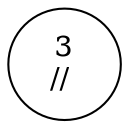
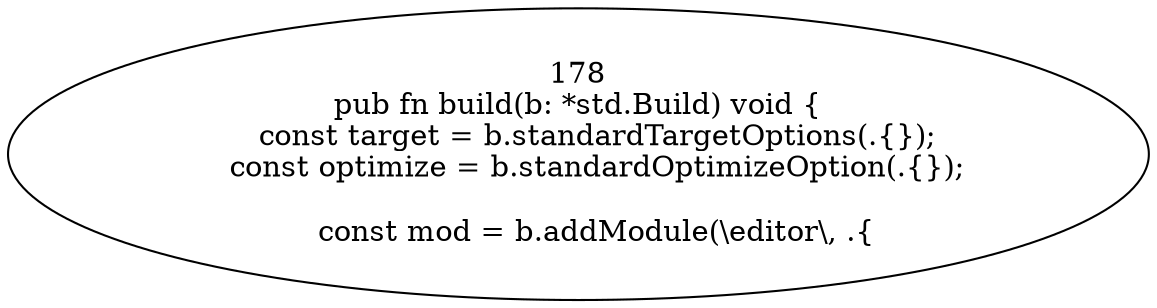
digraph {
- node0 [label="3\n// "];
+ node0 [label="178\npub fn build(b: *std.Build) void {\n    const target = b.standardTargetOptions(.{});\n    const optimize = b.standardOptimizeOption(.{});\n\n    const mod = b.addModule(\\editor\\, .{\n"];
}
